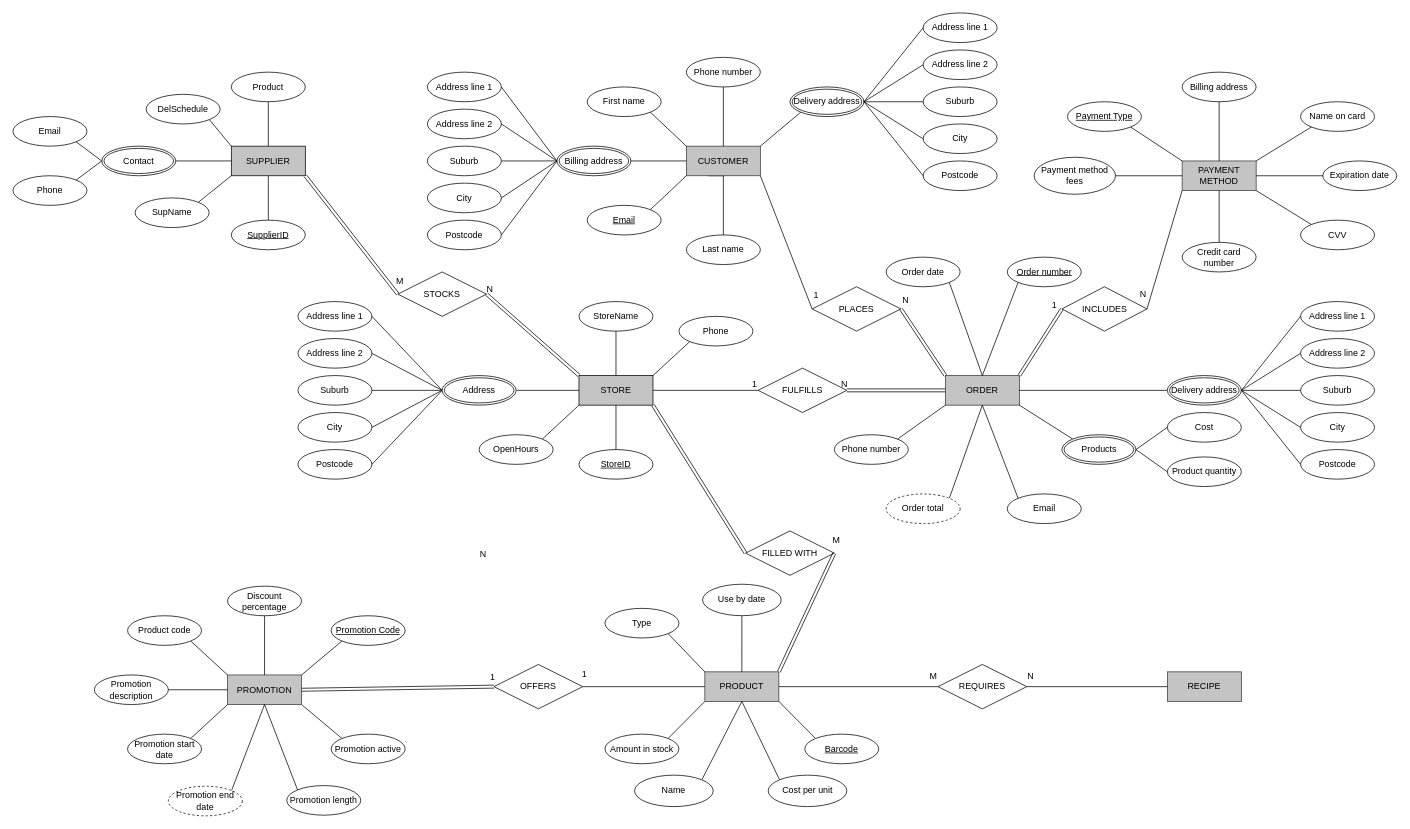
ThibaudARoy/Group5EntityRelationshipDiagram keeps this draw.io diagram as online_food_store.drawio. Above is the earlier version. Source tidied: cells renumbered, new cells numbered last; positions are measured from the earlier drawing's top-left corner, leaving out a move shared by most shapes. Both pictures are drawn from the tidied source at 74%, with x=0, y=0 at pixel (13, 13).
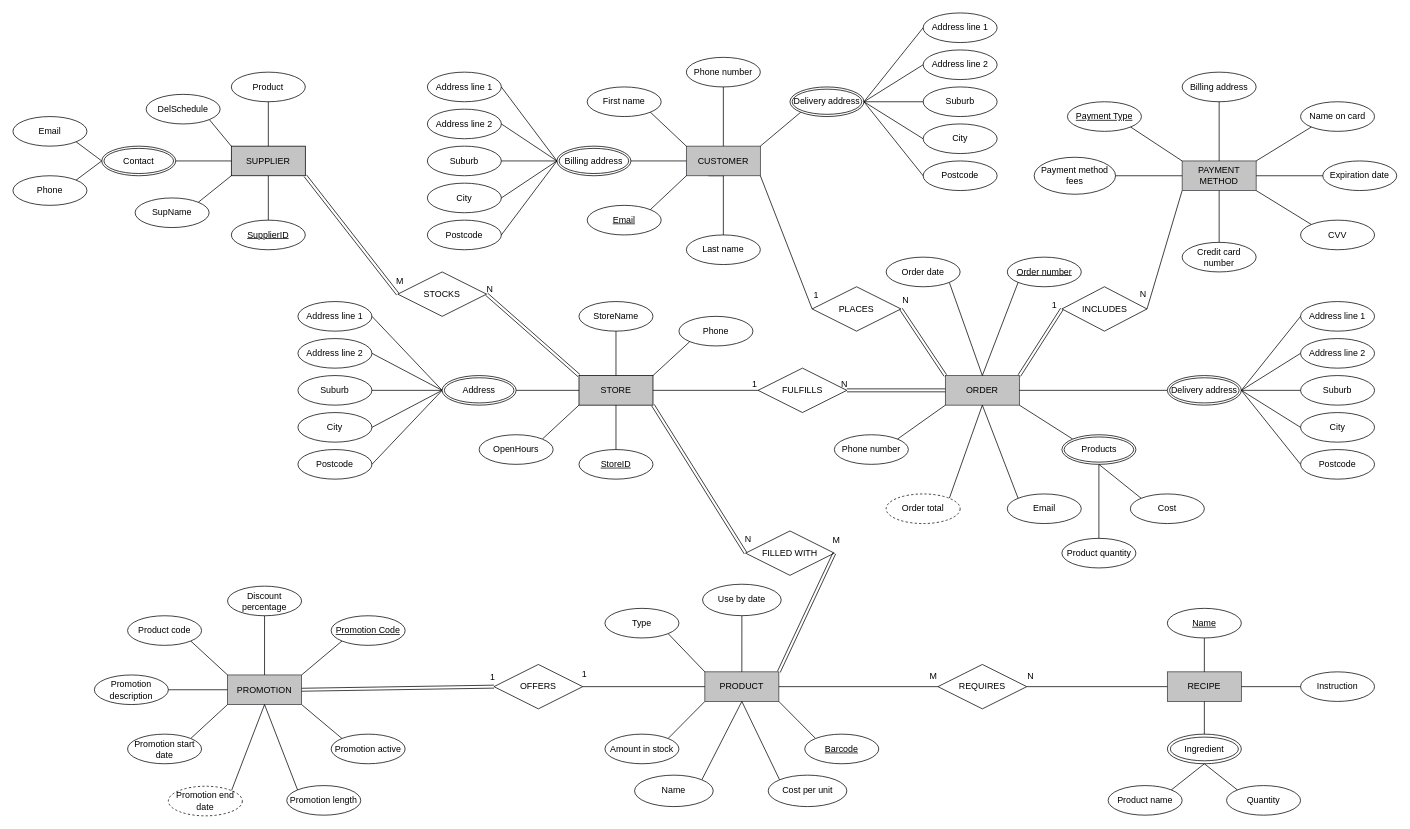
The same page after the edit.

The change refers to these unchanged cells:
```xml
<mxCell id="62" value="Products" style="ellipse;shape=doubleEllipse;margin=3;whiteSpace=wrap;html=1;align=center;" parent="1" vertex="1">
  <mxGeometry x="1417.5" y="570" width="100" height="40" as="geometry" />
</mxCell>
<mxCell id="116" style="shape=link;html=1;rounded=0;entryX=0;entryY=0;entryDx=0;entryDy=0;exitX=1;exitY=0.5;exitDx=0;exitDy=0;" parent="1" edge="1" source="115" target="86">
  <mxGeometry relative="1" as="geometry" />
</mxCell>
<mxCell id="177" value="RECIPE" style="whiteSpace=wrap;html=1;align=center;fillColor=#C4C4C4;strokeColor=#36393d;" parent="1" vertex="1">
  <mxGeometry x="1560" y="890.4" width="100" height="40" as="geometry" />
</mxCell>
```

Change to the diagram source:
```diff
@@
     <mxCell id="20" value="Product quantity" style="ellipse;whiteSpace=wrap;html=1;align=center;fontStyle=0;" parent="1" vertex="1">
-      <mxGeometry x="1560" y="600" width="100" height="40" as="geometry" />
+      <mxGeometry x="1417.5" y="710" width="100" height="40" as="geometry" />
     </mxCell>
@@
-    <mxCell id="25" style="endArrow=none;html=1;rounded=0;entryX=0;entryY=0.5;entryDx=0;entryDy=0;exitX=1;exitY=0.5;exitDx=0;exitDy=0;" parent="1" edge="1" source="62" target="20">
+    <mxCell id="25" style="endArrow=none;html=1;rounded=0;entryX=0.5;entryY=0;entryDx=0;entryDy=0;exitX=0.5;exitY=1;exitDx=0;exitDy=0;" parent="1" edge="1" source="62" target="20">
       <mxGeometry relative="1" as="geometry" />
     </mxCell>
@@
     <mxCell id="63" value="Cost" style="ellipse;whiteSpace=wrap;html=1;align=center;fontStyle=0;" parent="1" vertex="1">
-      <mxGeometry x="1560" y="540" width="100" height="40" as="geometry" />
+      <mxGeometry x="1510" y="650" width="100" height="40" as="geometry" />
     </mxCell>
-    <mxCell id="64" style="endArrow=none;html=1;rounded=0;entryX=0;entryY=0.5;entryDx=0;entryDy=0;exitX=1;exitY=0.5;exitDx=0;exitDy=0;" parent="1" edge="1" source="62" target="63">
+    <mxCell id="64" style="endArrow=none;html=1;rounded=0;entryX=0;entryY=0;entryDx=0;entryDy=0;exitX=0.5;exitY=1;exitDx=0;exitDy=0;" parent="1" edge="1" source="62" target="63">
       <mxGeometry relative="1" as="geometry" />
     </mxCell>
@@
     <mxCell id="117" value="N" style="html=1;whiteSpace=wrap;align=right;verticalAlign=bottom;" parent="116" vertex="1">
       <mxGeometry x="1" relative="1" as="geometry">
-        <mxPoint x="-124" y="250" as="offset" />
+        <mxPoint x="234" y="229" as="offset" />
       </mxGeometry>
     </mxCell>
@@
+    <mxCell id="182" value="&lt;u&gt;Name&lt;/u&gt;" style="ellipse;whiteSpace=wrap;html=1;align=center;fontStyle=0;" parent="1" vertex="1">
+      <mxGeometry x="1560" y="804.6" width="100" height="40" as="geometry" />
+    </mxCell>
+    <mxCell id="183" value="Ingredient" style="ellipse;shape=doubleEllipse;whiteSpace=wrap;html=1;align=center;fontStyle=0;" parent="1" vertex="1">
+      <mxGeometry x="1560" y="974.6" width="100" height="40" as="geometry" />
+    </mxCell>
+    <mxCell id="184" value="Instruction" style="ellipse;whiteSpace=wrap;html=1;align=center;fontStyle=0;" parent="1" vertex="1">
+      <mxGeometry x="1740" y="890.4" width="100" height="40" as="geometry" />
+    </mxCell>
+    <mxCell id="185" style="endArrow=none;html=1;rounded=0;entryX=0.5;entryY=0;entryDx=0;entryDy=0;exitX=0.5;exitY=1;exitDx=0;exitDy=0;" parent="1" edge="1" source="182" target="177">
+      <mxGeometry relative="1" as="geometry" />
+    </mxCell>
+    <mxCell id="186" style="endArrow=none;html=1;rounded=0;entryX=0.5;entryY=0;entryDx=0;entryDy=0;exitX=0.5;exitY=1;exitDx=0;exitDy=0;" parent="1" edge="1" source="177" target="183">
+      <mxGeometry relative="1" as="geometry" />
+    </mxCell>
+    <mxCell id="187" style="endArrow=none;html=1;rounded=0;entryX=0;entryY=0.5;entryDx=0;entryDy=0;exitX=1;exitY=0.5;exitDx=0;exitDy=0;" parent="1" edge="1" source="177" target="184">
+      <mxGeometry relative="1" as="geometry" />
+    </mxCell>
+    <mxCell id="188" value="Product name" style="ellipse;whiteSpace=wrap;html=1;align=center;fontStyle=0;" parent="1" vertex="1">
+      <mxGeometry x="1480" y="1044.1" width="100" height="40" as="geometry" />
+    </mxCell>
+    <mxCell id="189" value="Quantity" style="ellipse;whiteSpace=wrap;html=1;align=center;fontStyle=0;" parent="1" vertex="1">
+      <mxGeometry x="1640" y="1044.1" width="100" height="40" as="geometry" />
+    </mxCell>
+    <mxCell id="190" style="endArrow=none;html=1;rounded=0;entryX=1;entryY=0;entryDx=0;entryDy=0;exitX=0.5;exitY=1;exitDx=0;exitDy=0;" parent="1" edge="1" source="183" target="188">
+      <mxGeometry relative="1" as="geometry" />
+    </mxCell>
+    <mxCell id="191" style="endArrow=none;html=1;rounded=0;entryX=0;entryY=0;entryDx=0;entryDy=0;exitX=0.5;exitY=1;exitDx=0;exitDy=0;" parent="1" edge="1" source="183" target="189">
+      <mxGeometry relative="1" as="geometry" />
+    </mxCell>
```
